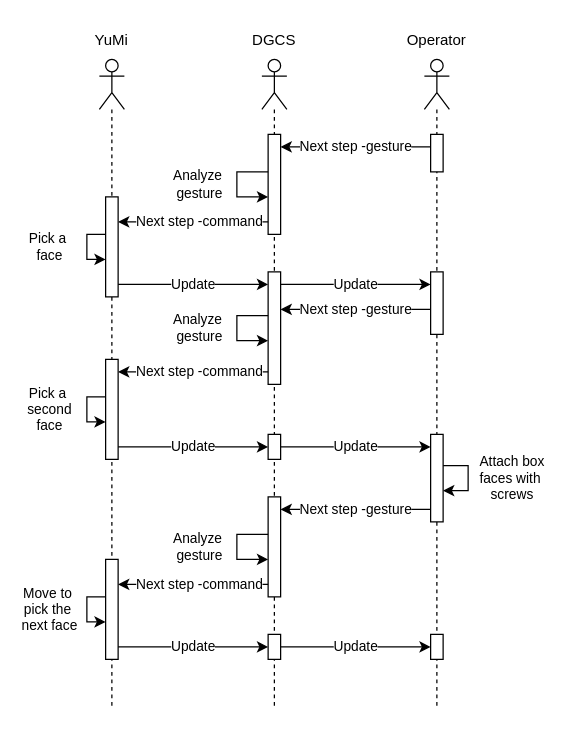
Earlier version of the draw.io diagram hrc_task_sequence.drawio (GreatSharky/CoHSCI). Source tidied: cells renumbered, new cells numbered last; positions are measured from the earlier drawing's top-left corner, leaving out a move shared by most shapes. Both pictures are drawn from the tidied source at 125%, with x=0, y=0 at pixel (74, 21).
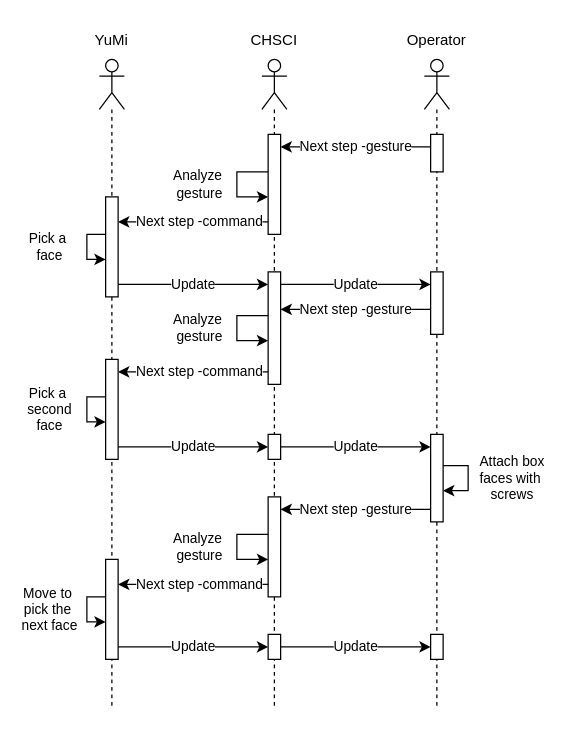
After the change.

Diff of the diagram source:
```diff
@@
-    <mxCell id="19" value="DGCS" style="text;html=1;whiteSpace=wrap;strokeColor=none;fillColor=none;align=center;verticalAlign=middle;rounded=0;" parent="1" vertex="1">
+    <mxCell id="19" value="CHSCI" style="text;html=1;whiteSpace=wrap;strokeColor=none;fillColor=none;align=center;verticalAlign=middle;rounded=0;" parent="1" vertex="1">
       <mxGeometry x="130" width="60" height="30" as="geometry" />
     </mxCell>
```
